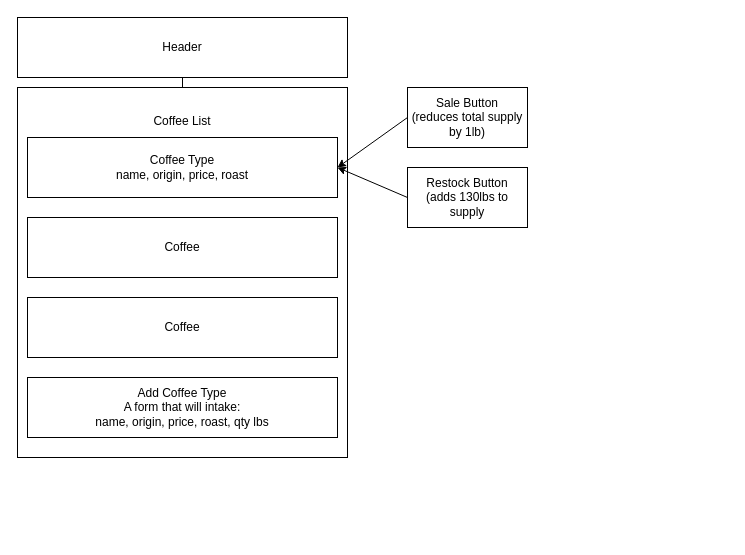
Before: InventoryTracker.drawio in mcarroll138/inventory-tracker, a draw.io diagram. Source tidied: cells renumbered, new cells numbered last; positions are measured from the earlier drawing's top-left corner, leaving out a move shared by most shapes. Both pictures are drawn from the tidied source at 100%, with x=0, y=0 at pixel (17, 17).
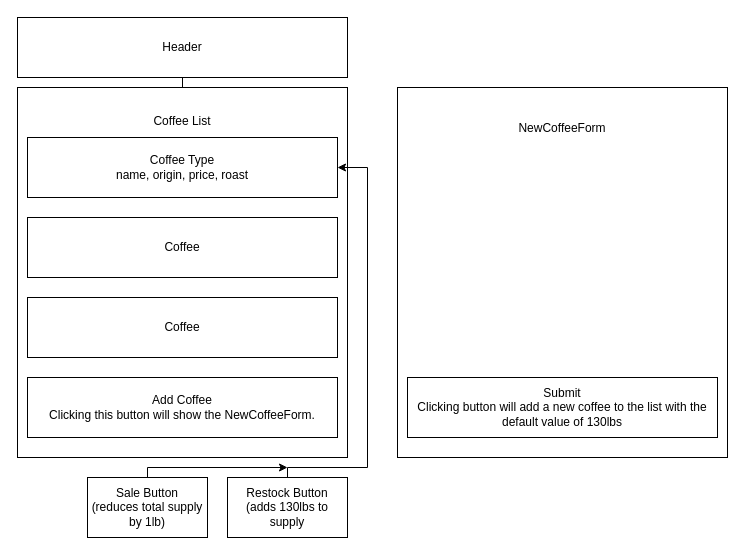
After the change.

What changed in the source:
```diff
@@
 <mxGraphModel>
   <root>
     <mxCell id="0" />
     <mxCell id="1" parent="0" />
     <mxCell id="2" style="edgeStyle=orthogonalEdgeStyle;rounded=0;jettySize=auto;html=1;" parent="1" edge="1" source="3" target="5">
       <mxGeometry relative="1" as="geometry" />
     </mxCell>
     <mxCell id="3" value="Header" style="rounded=0;whiteSpace=wrap;html=1;" parent="1" vertex="1">
       <mxGeometry width="330" height="60" as="geometry" />
     </mxCell>
     <mxCell id="4" value="Coffee List&lt;br&gt;&lt;br&gt;&lt;br&gt;&lt;br&gt;&lt;br&gt;&lt;br&gt;&lt;br&gt;&lt;br&gt;&lt;br&gt;&lt;br&gt;&lt;br&gt;&lt;br&gt;&lt;br&gt;&lt;br&gt;&lt;br&gt;&lt;br&gt;&lt;br&gt;&lt;br&gt;&lt;br&gt;&lt;br&gt;&lt;br&gt;&lt;br&gt;" style="rounded=0;whiteSpace=wrap;html=1;" parent="1" vertex="1">
       <mxGeometry y="70" width="330" height="370" as="geometry" />
     </mxCell>
     <mxCell id="5" value="Coffee Type&lt;br&gt;name, origin, price, roast" style="rounded=0;whiteSpace=wrap;html=1;" parent="1" vertex="1">
       <mxGeometry x="10" y="120" width="310" height="60" as="geometry" />
     </mxCell>
     <mxCell id="6" value="Coffee" style="rounded=0;whiteSpace=wrap;html=1;" parent="1" vertex="1">
       <mxGeometry x="10" y="280" width="310" height="60" as="geometry" />
     </mxCell>
     <mxCell id="7" value="Coffee" style="rounded=0;whiteSpace=wrap;html=1;" parent="1" vertex="1">
       <mxGeometry x="10" y="200" width="310" height="60" as="geometry" />
     </mxCell>
-    <mxCell id="8" value="Add Coffee Type&lt;br&gt;A form that will intake:&lt;br&gt;name, origin, price, roast, qty lbs" style="rounded=0;whiteSpace=wrap;html=1;" parent="1" vertex="1">
+    <mxCell id="8" value="Add Coffee&lt;br&gt;Clicking this button will show the NewCoffeeForm." style="rounded=0;whiteSpace=wrap;html=1;" parent="1" vertex="1">
       <mxGeometry x="10" y="360" width="310" height="60" as="geometry" />
     </mxCell>
     <mxCell id="9" value="Sale Button&lt;br&gt;(reduces total supply by 1lb)" style="rounded=0;whiteSpace=wrap;html=1;" parent="1" vertex="1">
-      <mxGeometry x="390" y="70" width="120" height="60" as="geometry" />
+      <mxGeometry x="70" y="460" width="120" height="60" as="geometry" />
     </mxCell>
     <mxCell id="10" value="Restock Button&lt;br&gt;(adds 130lbs to supply" style="rounded=0;whiteSpace=wrap;html=1;" parent="1" vertex="1">
-      <mxGeometry x="390" y="150" width="120" height="60" as="geometry" />
+      <mxGeometry x="210" y="460" width="120" height="60" as="geometry" />
     </mxCell>
-    <mxCell id="11" style="endArrow=classic;html=1;rounded=0;entryX=1;entryY=0.5;entryDx=0;entryDy=0;exitX=0;exitY=0.5;exitDx=0;exitDy=0;" parent="1" edge="1" source="10" target="5">
-      <mxGeometry relative="1" as="geometry" />
+    <mxCell id="11" style="endArrow=classic;html=1;rounded=0;entryX=1;entryY=0.5;entryDx=0;entryDy=0;exitX=0.5;exitY=0;exitDx=0;exitDy=0;" parent="1" edge="1" source="10" target="5">
+      <mxGeometry relative="1" as="geometry">
+        <Array as="points">
+          <mxPoint x="270" y="450" />
+          <mxPoint x="350" y="450" />
+          <mxPoint x="350" y="150" />
+        </Array>
+      </mxGeometry>
     </mxCell>
-    <mxCell id="12" style="endArrow=classic;html=1;rounded=0;entryX=1;entryY=0.5;entryDx=0;entryDy=0;exitX=0;exitY=0.5;exitDx=0;exitDy=0;" parent="1" edge="1" source="9" target="5">
-      <mxGeometry relative="1" as="geometry" />
+    <mxCell id="12" style="endArrow=classic;html=1;rounded=0;exitX=0.5;exitY=0;exitDx=0;exitDy=0;" parent="1" edge="1" source="9">
+      <mxGeometry relative="1" as="geometry">
+        <mxPoint x="270" y="450" as="targetPoint" />
+        <Array as="points">
+          <mxPoint x="130" y="450" />
+        </Array>
+      </mxGeometry>
     </mxCell>
+    <mxCell id="13" value="NewCoffeeForm&lt;br&gt;&lt;br&gt;&lt;br&gt;&lt;br&gt;&lt;br&gt;&lt;br&gt;&lt;br&gt;&lt;br&gt;&lt;br&gt;&lt;br&gt;&lt;br&gt;&lt;br&gt;&lt;br&gt;&lt;br&gt;&lt;br&gt;&lt;br&gt;&lt;br&gt;&lt;br&gt;&lt;br&gt;&lt;br&gt;&lt;br&gt;" style="rounded=0;whiteSpace=wrap;html=1;" parent="1" vertex="1">
+      <mxGeometry x="380" y="70" width="330" height="370" as="geometry" />
+    </mxCell>
+    <mxCell id="14" value="Submit&lt;br&gt;Clicking button will add a new coffee to the list with the default value of 130lbs" style="rounded=0;whiteSpace=wrap;html=1;" parent="1" vertex="1">
+      <mxGeometry x="390" y="360" width="310" height="60" as="geometry" />
+    </mxCell>
   </root>
 </mxGraphModel>
```
